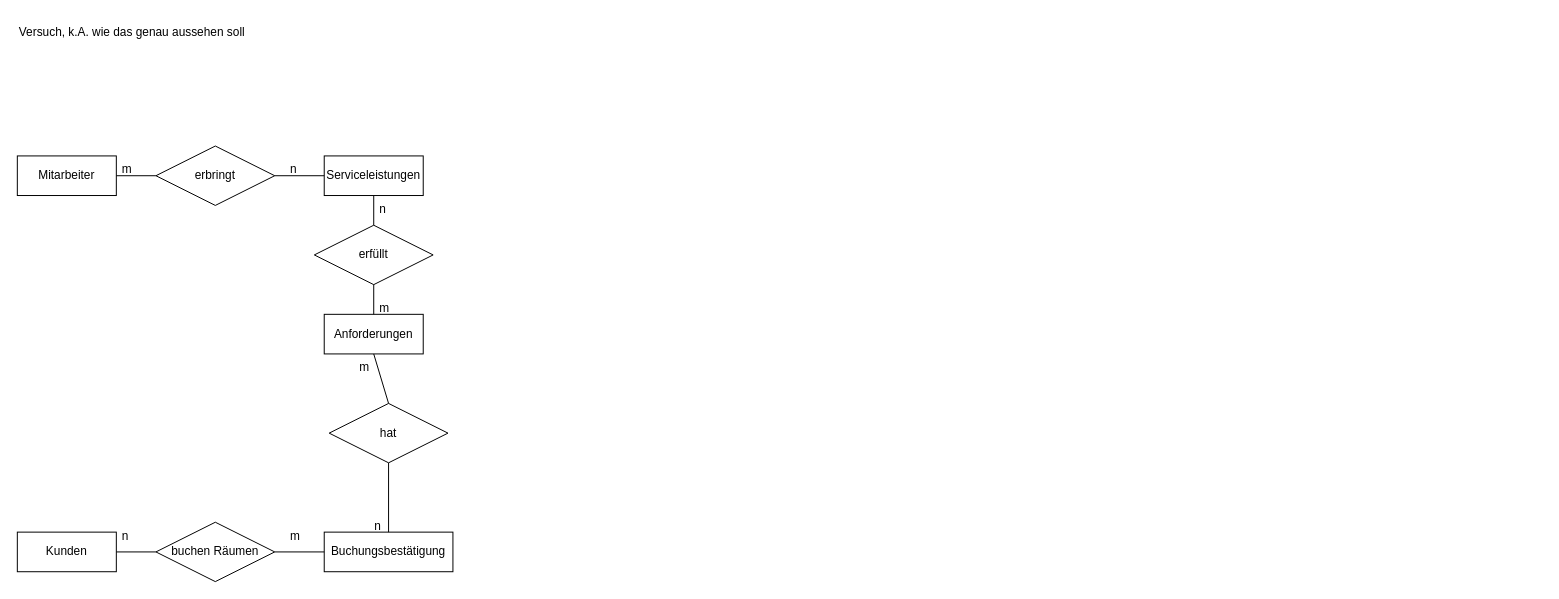
Above: bartholot/normalisierung/UE_03_ER-Model/UE_03_Loesung_ER-Model.drawio in cjanta/ap2 (draw.io), before the change. Source tidied: cells renumbered, new cells numbered last; positions are measured from the earlier drawing's top-left corner, leaving out a move shared by most shapes. Both pictures are drawn from the tidied source at 99%, with x=0, y=0 at pixel (17, 17).
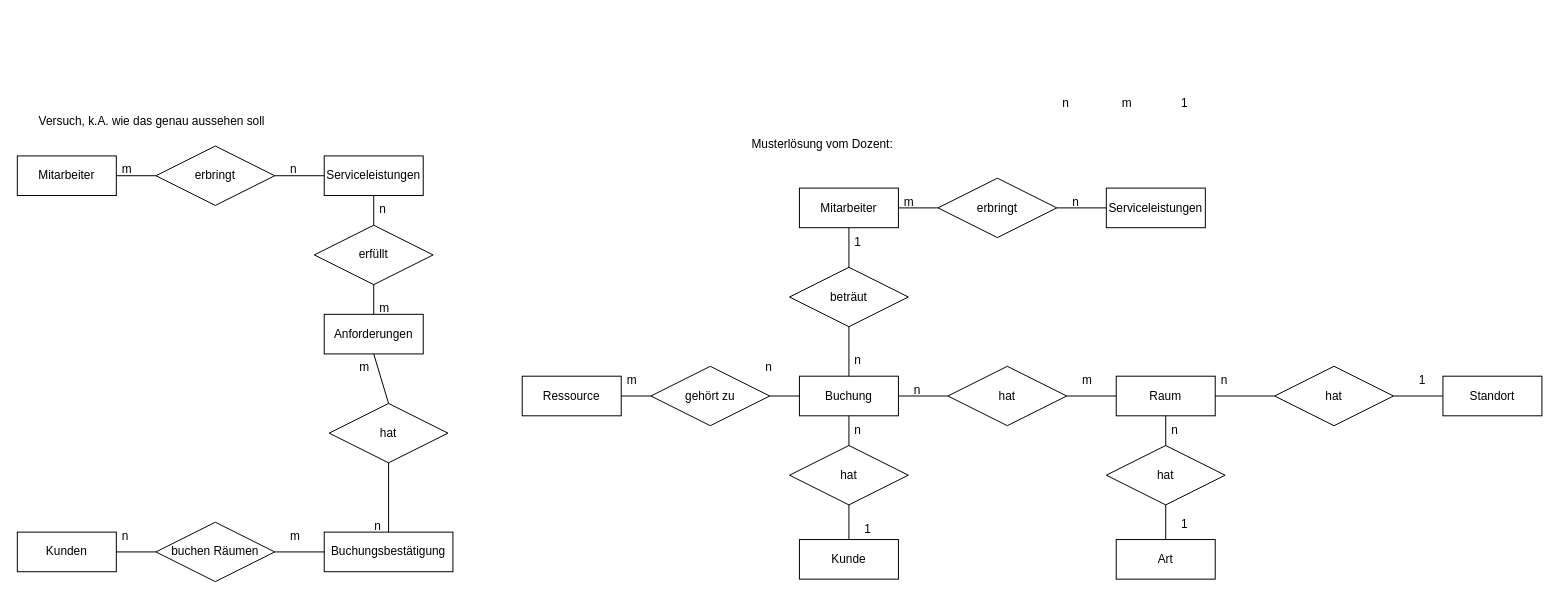
The same page after the edit.

What changed in the source:
```diff
@@
     <mxCell id="27" value="Versuch, k.A. wie das genau aussehen soll" style="text;html=1;align=left;verticalAlign=middle;whiteSpace=wrap;rounded=0;" parent="1" vertex="1">
-      <mxGeometry width="450" height="30" as="geometry" />
+      <mxGeometry x="20" y="90" width="290" height="30" as="geometry" />
     </mxCell>
+    <mxCell id="28" value="Musterlösung vom Dozent:" style="text;html=1;align=left;verticalAlign=middle;whiteSpace=wrap;rounded=0;" parent="1" vertex="1">
+      <mxGeometry x="740" y="112.5" width="290" height="30" as="geometry" />
+    </mxCell>
+    <mxCell id="29" value="Serviceleistungen" style="whiteSpace=wrap;html=1;align=center;" parent="1" vertex="1">
+      <mxGeometry x="1100" y="172.5" width="100" height="40" as="geometry" />
+    </mxCell>
+    <mxCell id="30" value="Mitarbeiter" style="whiteSpace=wrap;html=1;align=center;" parent="1" vertex="1">
+      <mxGeometry x="790" y="172.5" width="100" height="40" as="geometry" />
+    </mxCell>
+    <mxCell id="31" style="endArrow=none;html=1;rounded=0;exitX=1;exitY=0.5;exitDx=0;exitDy=0;entryX=0;entryY=0.5;entryDx=0;entryDy=0;" parent="1" edge="1" source="35" target="29">
+      <mxGeometry relative="1" as="geometry" />
+    </mxCell>
+    <mxCell id="32" style="endArrow=none;html=1;rounded=0;exitX=1;exitY=0.5;exitDx=0;exitDy=0;entryX=0;entryY=0.5;entryDx=0;entryDy=0;" parent="1" edge="1" source="30" target="35">
+      <mxGeometry relative="1" as="geometry" />
+    </mxCell>
+    <mxCell id="33" value="m" style="text;strokeColor=none;fillColor=none;spacingLeft=4;spacingRight=4;overflow=hidden;fontSize=12;whiteSpace=wrap;html=1;" parent="1" vertex="1">
+      <mxGeometry x="890" y="172.5" width="40" height="30" as="geometry" />
+    </mxCell>
+    <mxCell id="34" value="n" style="text;strokeColor=none;fillColor=none;spacingLeft=4;spacingRight=4;overflow=hidden;fontSize=12;whiteSpace=wrap;html=1;" parent="1" vertex="1">
+      <mxGeometry x="1060" y="172.5" width="40" height="30" as="geometry" />
+    </mxCell>
+    <mxCell id="35" value="erbringt" style="shape=rhombus;perimeter=rhombusPerimeter;whiteSpace=wrap;html=1;align=center;" parent="1" vertex="1">
+      <mxGeometry x="930" y="162.5" width="120" height="60" as="geometry" />
+    </mxCell>
+    <mxCell id="36" value="Raum" style="whiteSpace=wrap;html=1;align=center;" parent="1" vertex="1">
+      <mxGeometry x="1110" y="362.5" width="100" height="40" as="geometry" />
+    </mxCell>
+    <mxCell id="37" value="beträut" style="shape=rhombus;perimeter=rhombusPerimeter;whiteSpace=wrap;html=1;align=center;" parent="1" vertex="1">
+      <mxGeometry x="780" y="252.5" width="120" height="60" as="geometry" />
+    </mxCell>
+    <mxCell id="38" value="hat" style="shape=rhombus;perimeter=rhombusPerimeter;whiteSpace=wrap;html=1;align=center;" parent="1" vertex="1">
+      <mxGeometry x="1270" y="352.5" width="120" height="60" as="geometry" />
+    </mxCell>
+    <mxCell id="39" value="Standort" style="whiteSpace=wrap;html=1;align=center;" parent="1" vertex="1">
+      <mxGeometry x="1440" y="362.5" width="100" height="40" as="geometry" />
+    </mxCell>
+    <mxCell id="40" style="endArrow=none;html=1;rounded=0;exitX=1;exitY=0.5;exitDx=0;exitDy=0;entryX=0;entryY=0.5;entryDx=0;entryDy=0;" parent="1" edge="1" source="36" target="38">
+      <mxGeometry relative="1" as="geometry" />
+    </mxCell>
+    <mxCell id="41" style="endArrow=none;html=1;rounded=0;exitX=0.5;exitY=1;exitDx=0;exitDy=0;entryX=0.5;entryY=0;entryDx=0;entryDy=0;" parent="1" edge="1" source="30" target="37">
+      <mxGeometry relative="1" as="geometry" />
+    </mxCell>
+    <mxCell id="42" style="endArrow=none;html=1;rounded=0;exitX=1;exitY=0.5;exitDx=0;exitDy=0;entryX=0;entryY=0.5;entryDx=0;entryDy=0;" parent="1" edge="1" source="38" target="39">
+      <mxGeometry relative="1" as="geometry" />
+    </mxCell>
+    <mxCell id="43" value="n" style="text;strokeColor=none;fillColor=none;spacingLeft=4;spacingRight=4;overflow=hidden;fontSize=12;whiteSpace=wrap;html=1;" parent="1" vertex="1">
+      <mxGeometry x="1050" y="72.5" width="40" height="30" as="geometry" />
+    </mxCell>
+    <mxCell id="44" value="m" style="text;strokeColor=none;fillColor=none;spacingLeft=4;spacingRight=4;overflow=hidden;fontSize=12;whiteSpace=wrap;html=1;" parent="1" vertex="1">
+      <mxGeometry x="1110" y="72.5" width="40" height="30" as="geometry" />
+    </mxCell>
+    <mxCell id="45" value="1" style="text;strokeColor=none;fillColor=none;spacingLeft=4;spacingRight=4;overflow=hidden;fontSize=12;whiteSpace=wrap;html=1;" parent="1" vertex="1">
+      <mxGeometry x="1170" y="72.5" width="40" height="30" as="geometry" />
+    </mxCell>
+    <mxCell id="46" value="1" style="text;strokeColor=none;fillColor=none;spacingLeft=4;spacingRight=4;overflow=hidden;fontSize=12;whiteSpace=wrap;html=1;" parent="1" vertex="1">
+      <mxGeometry x="1410" y="352.5" width="40" height="30" as="geometry" />
+    </mxCell>
+    <mxCell id="47" value="n" style="text;strokeColor=none;fillColor=none;spacingLeft=4;spacingRight=4;overflow=hidden;fontSize=12;whiteSpace=wrap;html=1;" parent="1" vertex="1">
+      <mxGeometry x="1210" y="352.5" width="40" height="30" as="geometry" />
+    </mxCell>
+    <mxCell id="48" value="Buchung" style="whiteSpace=wrap;html=1;align=center;" parent="1" vertex="1">
+      <mxGeometry x="790" y="362.5" width="100" height="40" as="geometry" />
+    </mxCell>
+    <mxCell id="49" style="endArrow=none;html=1;rounded=0;exitX=0.5;exitY=1;exitDx=0;exitDy=0;entryX=0.5;entryY=0;entryDx=0;entryDy=0;" parent="1" edge="1" source="37" target="48">
+      <mxGeometry relative="1" as="geometry" />
+    </mxCell>
+    <mxCell id="50" value="Kunde" style="whiteSpace=wrap;html=1;align=center;" parent="1" vertex="1">
+      <mxGeometry x="790" y="527.5" width="100" height="40" as="geometry" />
+    </mxCell>
+    <mxCell id="51" value="hat" style="shape=rhombus;perimeter=rhombusPerimeter;whiteSpace=wrap;html=1;align=center;" parent="1" vertex="1">
+      <mxGeometry x="780" y="432.5" width="120" height="60" as="geometry" />
+    </mxCell>
+    <mxCell id="52" style="endArrow=none;html=1;rounded=0;exitX=0.5;exitY=1;exitDx=0;exitDy=0;entryX=0.5;entryY=0;entryDx=0;entryDy=0;" parent="1" edge="1" source="48" target="51">
+      <mxGeometry relative="1" as="geometry" />
+    </mxCell>
+    <mxCell id="53" style="endArrow=none;html=1;rounded=0;exitX=0.5;exitY=1;exitDx=0;exitDy=0;entryX=0.5;entryY=0;entryDx=0;entryDy=0;" parent="1" edge="1" source="51" target="50">
+      <mxGeometry relative="1" as="geometry" />
+    </mxCell>
+    <mxCell id="54" value="hat" style="shape=rhombus;perimeter=rhombusPerimeter;whiteSpace=wrap;html=1;align=center;" parent="1" vertex="1">
+      <mxGeometry x="940" y="352.5" width="120" height="60" as="geometry" />
+    </mxCell>
+    <mxCell id="55" style="endArrow=none;html=1;rounded=0;exitX=1;exitY=0.5;exitDx=0;exitDy=0;entryX=0;entryY=0.5;entryDx=0;entryDy=0;" parent="1" edge="1" source="48" target="54">
+      <mxGeometry relative="1" as="geometry" />
+    </mxCell>
+    <mxCell id="56" style="endArrow=none;html=1;rounded=0;exitX=1;exitY=0.5;exitDx=0;exitDy=0;entryX=0;entryY=0.5;entryDx=0;entryDy=0;" parent="1" edge="1" source="54" target="36">
+      <mxGeometry relative="1" as="geometry" />
+    </mxCell>
+    <mxCell id="57" value="n" style="text;strokeColor=none;fillColor=none;spacingLeft=4;spacingRight=4;overflow=hidden;fontSize=12;whiteSpace=wrap;html=1;" parent="1" vertex="1">
+      <mxGeometry x="900" y="362.5" width="40" height="30" as="geometry" />
+    </mxCell>
+    <mxCell id="58" value="m" style="text;strokeColor=none;fillColor=none;spacingLeft=4;spacingRight=4;overflow=hidden;fontSize=12;whiteSpace=wrap;html=1;" parent="1" vertex="1">
+      <mxGeometry x="1070" y="352.5" width="40" height="30" as="geometry" />
+    </mxCell>
+    <mxCell id="59" value="Art" style="whiteSpace=wrap;html=1;align=center;" parent="1" vertex="1">
+      <mxGeometry x="1110" y="527.5" width="100" height="40" as="geometry" />
+    </mxCell>
+    <mxCell id="60" value="hat" style="shape=rhombus;perimeter=rhombusPerimeter;whiteSpace=wrap;html=1;align=center;" parent="1" vertex="1">
+      <mxGeometry x="1100" y="432.5" width="120" height="60" as="geometry" />
+    </mxCell>
+    <mxCell id="61" style="endArrow=none;html=1;rounded=0;exitX=0.5;exitY=1;exitDx=0;exitDy=0;entryX=0.5;entryY=0;entryDx=0;entryDy=0;" parent="1" edge="1" source="36" target="60">
+      <mxGeometry relative="1" as="geometry" />
+    </mxCell>
+    <mxCell id="62" style="endArrow=none;html=1;rounded=0;exitX=0.5;exitY=1;exitDx=0;exitDy=0;entryX=0.5;entryY=0;entryDx=0;entryDy=0;" parent="1" edge="1" source="60" target="59">
+      <mxGeometry relative="1" as="geometry" />
+    </mxCell>
+    <mxCell id="63" value="1" style="text;strokeColor=none;fillColor=none;spacingLeft=4;spacingRight=4;overflow=hidden;fontSize=12;whiteSpace=wrap;html=1;" parent="1" vertex="1">
+      <mxGeometry x="1170" y="497.5" width="40" height="30" as="geometry" />
+    </mxCell>
+    <mxCell id="64" value="n" style="text;strokeColor=none;fillColor=none;spacingLeft=4;spacingRight=4;overflow=hidden;fontSize=12;whiteSpace=wrap;html=1;" parent="1" vertex="1">
+      <mxGeometry x="1160" y="402.5" width="40" height="30" as="geometry" />
+    </mxCell>
+    <mxCell id="65" value="1" style="text;strokeColor=none;fillColor=none;spacingLeft=4;spacingRight=4;overflow=hidden;fontSize=12;whiteSpace=wrap;html=1;" parent="1" vertex="1">
+      <mxGeometry x="850" y="502.5" width="40" height="30" as="geometry" />
+    </mxCell>
+    <mxCell id="66" value="n" style="text;strokeColor=none;fillColor=none;spacingLeft=4;spacingRight=4;overflow=hidden;fontSize=12;whiteSpace=wrap;html=1;" parent="1" vertex="1">
+      <mxGeometry x="840" y="402.5" width="40" height="30" as="geometry" />
+    </mxCell>
+    <mxCell id="67" value="1" style="text;strokeColor=none;fillColor=none;spacingLeft=4;spacingRight=4;overflow=hidden;fontSize=12;whiteSpace=wrap;html=1;" parent="1" vertex="1">
+      <mxGeometry x="840" y="212.5" width="40" height="30" as="geometry" />
+    </mxCell>
+    <mxCell id="68" value="n" style="text;strokeColor=none;fillColor=none;spacingLeft=4;spacingRight=4;overflow=hidden;fontSize=12;whiteSpace=wrap;html=1;" parent="1" vertex="1">
+      <mxGeometry x="840" y="332.5" width="40" height="30" as="geometry" />
+    </mxCell>
+    <mxCell id="69" value="Ressource" style="whiteSpace=wrap;html=1;align=center;" parent="1" vertex="1">
+      <mxGeometry x="510" y="362.5" width="100" height="40" as="geometry" />
+    </mxCell>
+    <mxCell id="70" value="gehört zu" style="shape=rhombus;perimeter=rhombusPerimeter;whiteSpace=wrap;html=1;align=center;" parent="1" vertex="1">
+      <mxGeometry x="640" y="352.5" width="120" height="60" as="geometry" />
+    </mxCell>
+    <mxCell id="71" style="endArrow=none;html=1;rounded=0;exitX=1;exitY=0.5;exitDx=0;exitDy=0;entryX=0;entryY=0.5;entryDx=0;entryDy=0;" parent="1" edge="1" source="69" target="70">
+      <mxGeometry relative="1" as="geometry" />
+    </mxCell>
+    <mxCell id="72" style="endArrow=none;html=1;rounded=0;exitX=1;exitY=0.5;exitDx=0;exitDy=0;entryX=0;entryY=0.5;entryDx=0;entryDy=0;" parent="1" edge="1" source="70" target="48">
+      <mxGeometry relative="1" as="geometry" />
+    </mxCell>
+    <mxCell id="73" value="n" style="text;strokeColor=none;fillColor=none;spacingLeft=4;spacingRight=4;overflow=hidden;fontSize=12;whiteSpace=wrap;html=1;" parent="1" vertex="1">
+      <mxGeometry x="750" y="340" width="40" height="30" as="geometry" />
+    </mxCell>
+    <mxCell id="74" value="m" style="text;strokeColor=none;fillColor=none;spacingLeft=4;spacingRight=4;overflow=hidden;fontSize=12;whiteSpace=wrap;html=1;" parent="1" vertex="1">
+      <mxGeometry x="610" y="352.5" width="40" height="30" as="geometry" />
+    </mxCell>
```
